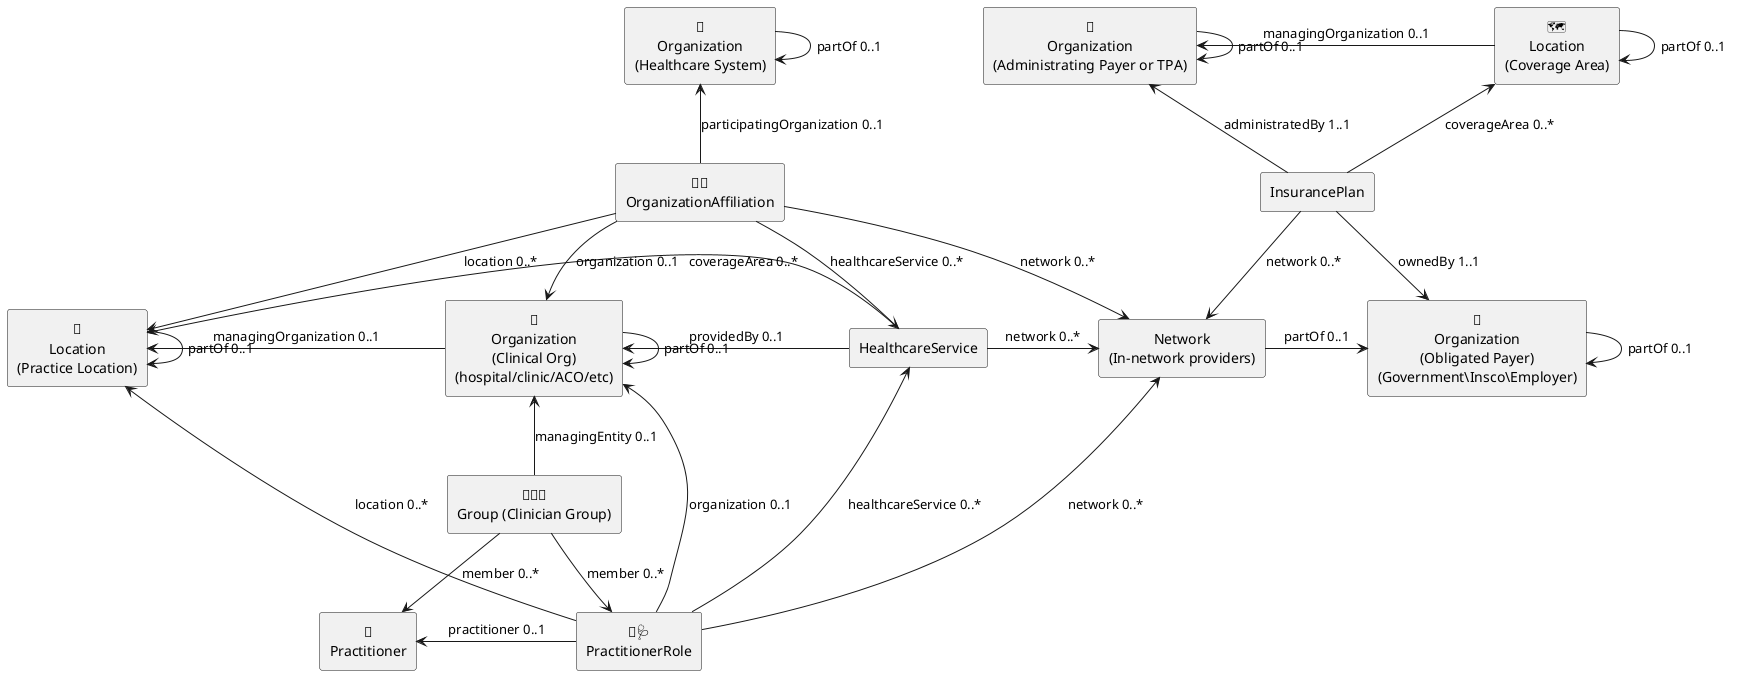
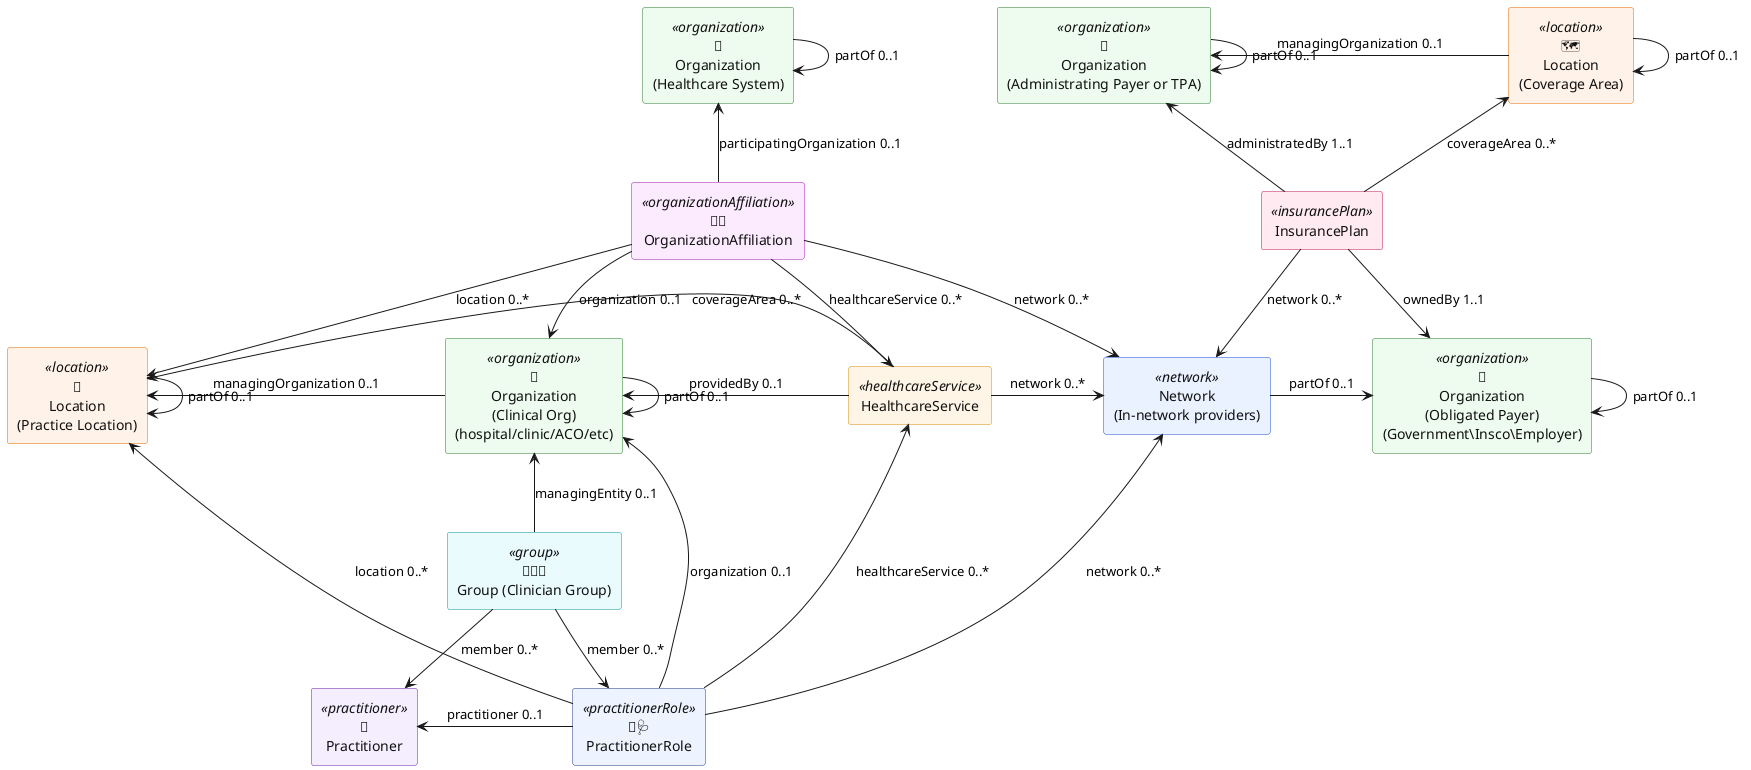
@startuml
skinparam svgDimensionStyle false
skinparam defaultTextAlignment center
+ skinparam agent {
+ 	FontColor #111111
+ 	BackgroundColor<<healthcareService>> #FFF5E6
+ 	BorderColor<<healthcareService>> #D48806
+ 	BackgroundColor<<insurancePlan>> #FFEAF1
+ 	BorderColor<<insurancePlan>> #BE185D
+ 	BackgroundColor<<location>> #FFF2E8
+ 	BorderColor<<location>> #E56A00
+ 	BackgroundColor<<network>> #EAF1FF
+ 	BorderColor<<network>> #1D4ED8
+ 	BackgroundColor<<organization>> #EEFBEF
+ 	BorderColor<<organization>> #2E7D32
+ 	BackgroundColor<<organizationAffiliation>> #FCEBFF
+ 	BorderColor<<organizationAffiliation>> #A21CAF
+ 	BackgroundColor<<practitioner>> #F4EEFF
+ 	BorderColor<<practitioner>> #6B21A8
+ 	BackgroundColor<<practitionerRole>> #EEF4FF
+ 	BorderColor<<practitionerRole>> #1E3A8A
+ 	BackgroundColor<<group>> #EAFBFD
+ 	BorderColor<<group>> #0E95A3
+ }

- agent "🏢🏢\nOrganizationAffiliation" as orgAff
- agent "🏢\nOrganization\n(Administrating Payer or TPA)" as orgIns2
- agent "🏢\nOrganization\n(Obligated Payer)\n(Government\Insco\Employer)" as orgIns1
- agent "🏢\nOrganization\n(Healthcare System)" as orgOrgAff
- agent "🏥\nOrganization\n(Clinical Org)\n(hospital/clinic/ACO/etc)" as orgOrgPrac
- agent "🗺️\nLocation\n(Coverage Area)" as locIns
- agent "📍\nLocation\n(Practice Location)" as locOrgPrac
- agent "Network\n(In-network providers)" as network
- agent HealthcareService as service
- agent InsurancePlan as insurance
- agent "👤🩺\nPractitionerRole" as pracRole
- agent "👤\nPractitioner" as practitioner
- agent "🧑‍🤝‍🧑\nGroup (Clinician Group)" as group
+ agent "🏢🏢\nOrganizationAffiliation" as orgAff <<organizationAffiliation>>
+ agent "🏢\nOrganization\n(Administrating Payer or TPA)" as orgIns2 <<organization>>
+ agent "🏢\nOrganization\n(Obligated Payer)\n(Government\Insco\Employer)" as orgIns1 <<organization>>
+ agent "🏢\nOrganization\n(Healthcare System)" as orgOrgAff <<organization>>
+ agent "🏥\nOrganization\n(Clinical Org)\n(hospital/clinic/ACO/etc)" as orgOrgPrac <<organization>>
+ agent "🗺️\nLocation\n(Coverage Area)" as locIns <<location>>
+ agent "📍\nLocation\n(Practice Location)" as locOrgPrac <<location>>
+ agent "Network\n(In-network providers)" as network <<network>>
+ agent HealthcareService as service <<healthcareService>>
+ agent InsurancePlan as insurance <<insurancePlan>>
+ agent "👤🩺\nPractitionerRole" as pracRole <<practitionerRole>>
+ agent "👤\nPractitioner" as practitioner <<practitioner>>
+ agent "🧑‍🤝‍🧑\nGroup (Clinician Group)" as group <<group>>

pracRole -up-> network: "network 0..*"
pracRole -up-> orgOrgPrac: "organization 0..1"
pracRole -up-> service: "healthcareService 0..*"
group -up-> orgOrgPrac: "managingEntity 0..1"
group -down-> practitioner: "member 0..*"
group -down-> pracRole: "member 0..*"
service -left->orgOrgPrac: "providedBy 0..1"
service -left->locOrgPrac: "coverageArea 0..*"
service -right->network: "network 0..*"
pracRole -up-> locOrgPrac: "location 0..*"
orgAff -down-> network: "network 0..*"
orgAff -down-> orgOrgPrac: "organization 0..1"
orgAff -down-> service: "healthcareService 0..*"
orgAff -down-> locOrgPrac: "location 0..*"


orgAff -up-> orgOrgAff: "participatingOrganization 0..1"
insurance -down-> network: "network 0..*"
insurance -up-> locIns: "coverageArea 0..*"
orgOrgPrac -left-> locOrgPrac: "managingOrganization 0..1"
insurance -up-> orgIns2: "administratedBy 1..1"
insurance -down-> orgIns1: "ownedBy 1..1"
network -right-> orgIns1: "partOf 0..1"

pracRole -left-> practitioner: "practitioner 0..1"

locOrgPrac -right-> locOrgPrac : "partOf 0..1"
locIns -right-> locIns : "partOf 0..1"
orgOrgPrac -right-> orgOrgPrac : "partOf 0..1"
orgIns1 -right-> orgIns1 : "partOf 0..1"
orgIns2 -right-> orgIns2 : "partOf 0..1"
orgIns2 <-right- locIns: "managingOrganization 0..1"
orgOrgAff -right-> orgOrgAff : "partOf 0..1"

@enduml